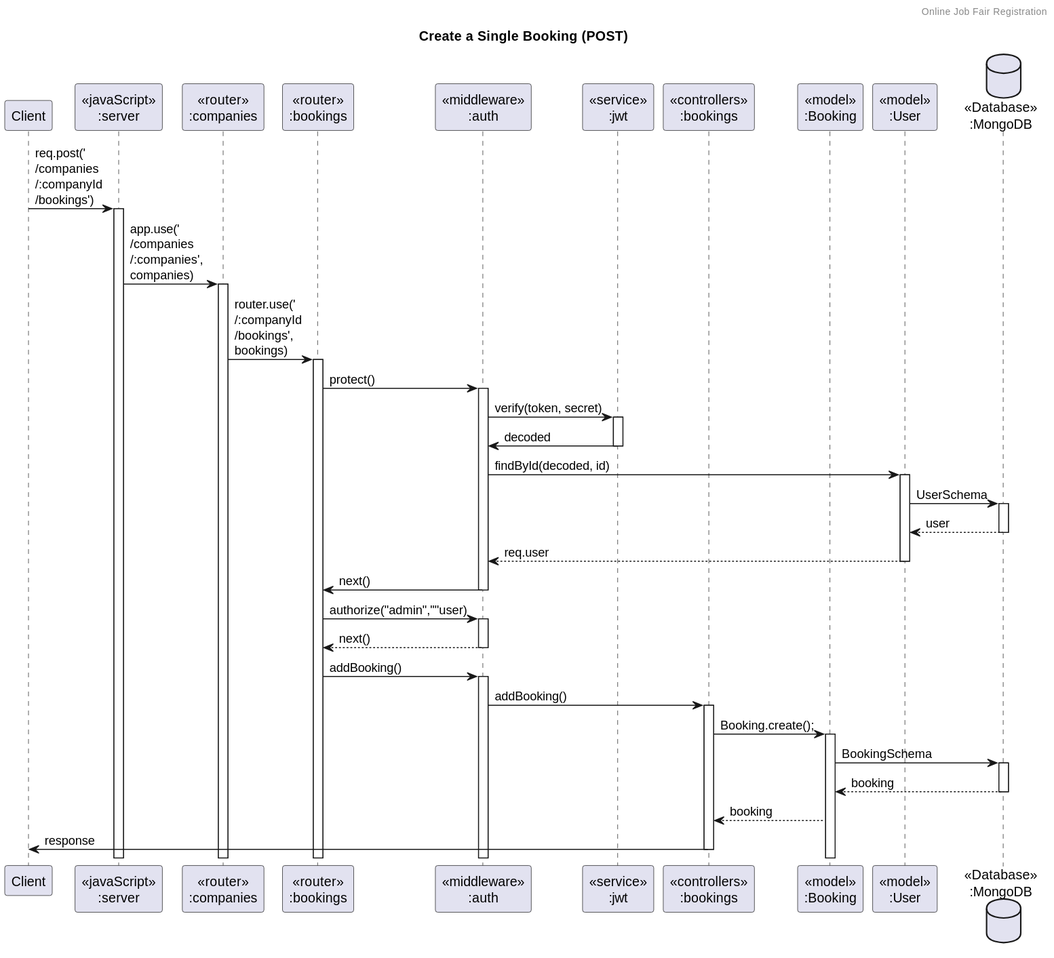
Before: assets/UML/SequenceDiagram/Booking/Manage Booking (POST).svg, a diagram exported from PlantUML (Bhuribhat/Online-Job-Fair-Registration). Its diagram source:
```plantuml
@startuml
header Online Job Fair Registration
title "Create a Single Booking (POST)"

participant "Client" as client
participant "<<javaScript>>\n:server" as server
participant "<<router>>\n:companies" as routerCompanies
participant "<<router>>\n:bookings" as routerBookings
participant "<<middleware>>\n:auth" as auth
participant "<<service>>\n:jwt" as jwt
participant "<<controllers>>\n:bookings" as controllersBookings
participant "<<model>>\n:Booking" as modelBooking
participant "<<model>>\n:User" as modelUser
database "<<Database>>\n:MongoDB" as DatabaseSchema

client->server ++:req.post('\n/companies\n/:companyId\n/bookings')
server->routerCompanies ++:app.use('\n/companies\n/:companies', \ncompanies)
routerCompanies->routerBookings ++:router.use('\n/:companyId\n/bookings', \nbookings)
routerBookings -> auth ++:protect()
auth -> jwt ++:verify(token, secret)
auth <- jwt --:decoded
auth -> modelUser ++:findById(decoded, id)
modelUser -> DatabaseSchema ++:UserSchema
modelUser <-- DatabaseSchema --:user
auth <-- modelUser --:req.user
routerBookings <- auth --:next()

routerBookings -> auth ++:authorize("admin",""user)
routerBookings <-- auth --:next()

routerBookings -> auth ++:addBooking()
auth -> controllersBookings ++:addBooking()
controllersBookings->modelBooking ++:Booking.create();
modelBooking ->DatabaseSchema ++: BookingSchema
DatabaseSchema --> modelBooking --: booking
controllersBookings <-- modelBooking :booking
controllersBookings->client --:response
@enduml
```
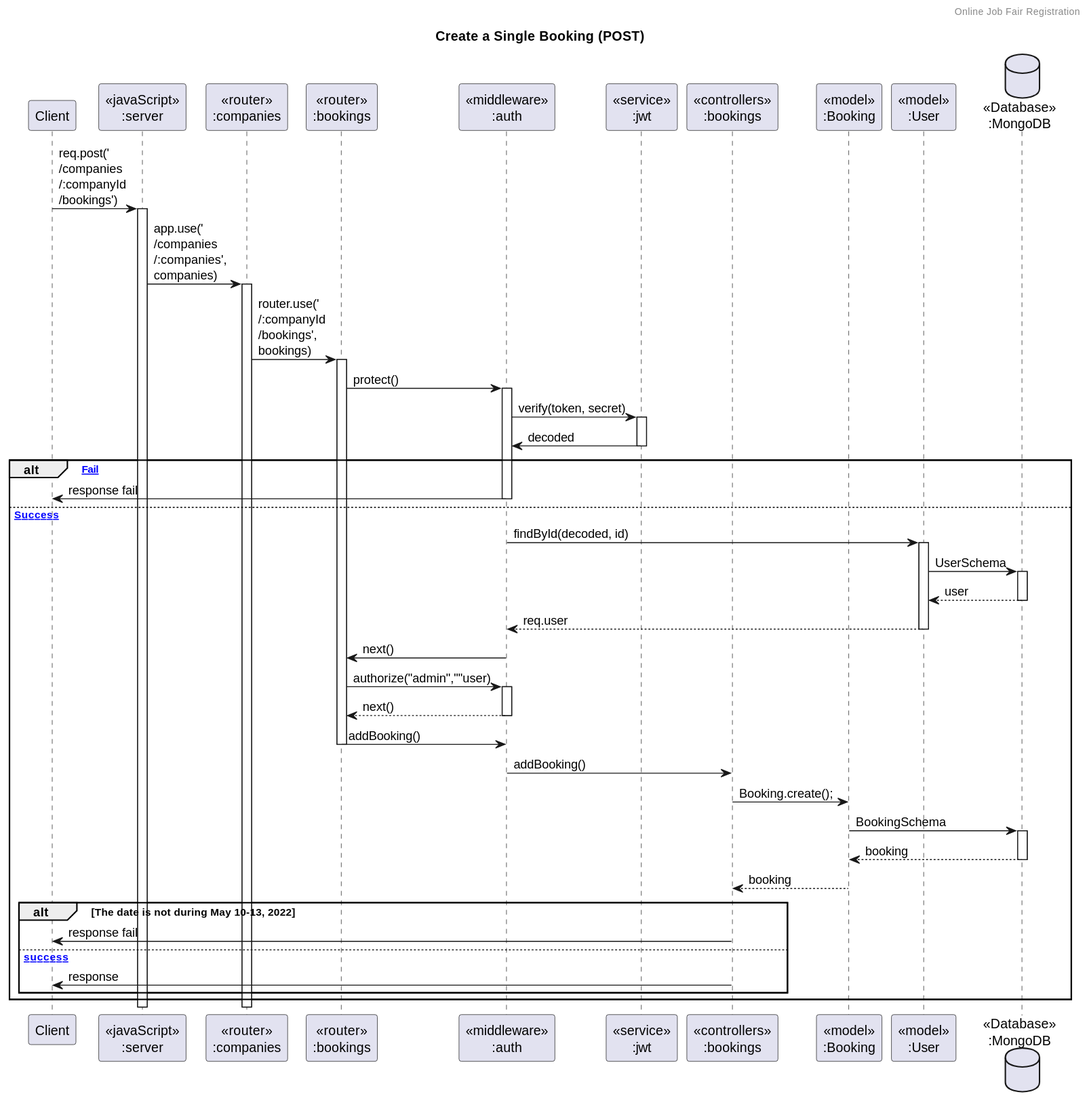
Later version of the same file.

Commit message:
update: POST, PUT, DELETE booking diagram

The edit, as a diff of the source:
```diff
@@ -19,20 +19,30 @@
 routerBookings -> auth ++:protect()
 auth -> jwt ++:verify(token, secret)
 auth <- jwt --:decoded
-auth -> modelUser ++:findById(decoded, id)
-modelUser -> DatabaseSchema ++:UserSchema
-modelUser <-- DatabaseSchema --:user
-auth <-- modelUser --:req.user
-routerBookings <- auth --:next()
 
-routerBookings -> auth ++:authorize("admin",""user)
-routerBookings <-- auth --:next()
+alt [Fail]
+    client <- auth --:response fail
+else [Success]
+    auth -> modelUser ++:findById(decoded, id)
+    modelUser -> DatabaseSchema ++:UserSchema
+    modelUser <-- DatabaseSchema --:user
+    auth <-- modelUser --:req.user
+    routerBookings <- auth --:next()
 
-routerBookings -> auth ++:addBooking()
-auth -> controllersBookings ++:addBooking()
-controllersBookings->modelBooking ++:Booking.create();
-modelBooking ->DatabaseSchema ++: BookingSchema
-DatabaseSchema --> modelBooking --: booking
-controllersBookings <-- modelBooking :booking
-controllersBookings->client --:response
+    routerBookings -> auth ++:authorize("admin",""user)
+    routerBookings <-- auth --:next()
+
+    routerBookings -> auth --:addBooking()
+    auth -> controllersBookings --:addBooking()
+    controllersBookings->modelBooking --:Booking.create();
+    modelBooking ->DatabaseSchema ++: BookingSchema
+    DatabaseSchema --> modelBooking --: booking
+    controllersBookings <-- modelBooking :booking
+
+    alt The date is not during May 10-13, 2022
+        controllersBookings->client --:response fail
+    else [success]
+        controllersBookings->client --:response
+    end
+end
 @enduml
```
